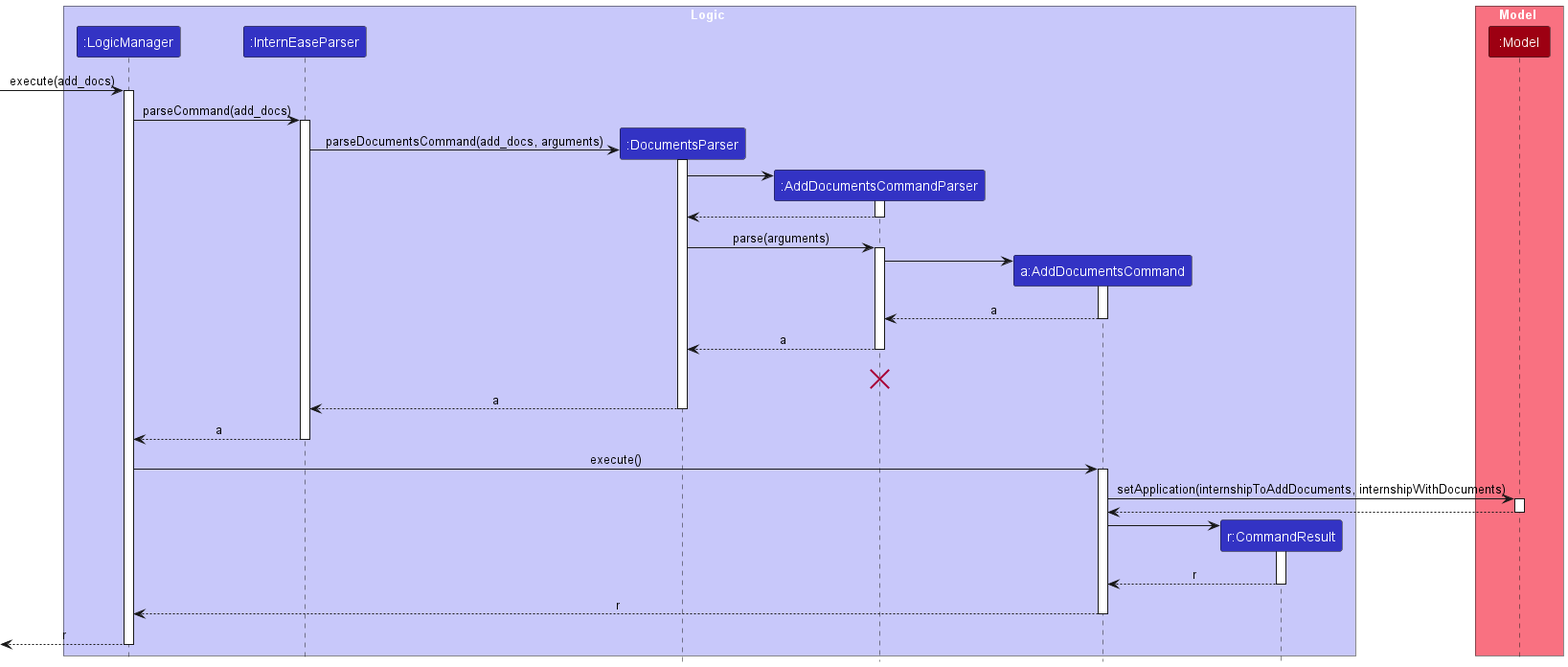
Earlier version of the PlantUML export docs/images/AddDocumentsSequenceDiagram.png (nus-cs2103-AY2223S2/tp). The source it was exported from:
```plantuml
@startuml
!include style.puml

box Logic LOGIC_COLOR_T1
participant ":LogicManager" as LogicManager LOGIC_COLOR
participant ":InternEaseParser" as InternEaseParser LOGIC_COLOR
participant ":DocumentsParser" as DocumentsParser LOGIC_COLOR
participant ":AddDocumentsCommandParser" as AddDocumentsCommandParser LOGIC_COLOR
participant "a:AddDocumentsCommand" as AddDocumentsCommand LOGIC_COLOR
participant "r:CommandResult" as CommandResult LOGIC_COLOR
end box

box Model MODEL_COLOR_T1
participant ":Model" as Model MODEL_COLOR
end box
[-> LogicManager : execute(add_docs)
activate LogicManager

LogicManager -> InternEaseParser : parseCommand(add_docs)
activate InternEaseParser

create DocumentsParser
InternEaseParser -> DocumentsParser : parseDocumentsCommand(add_docs, arguments)
activate DocumentsParser

create AddDocumentsCommandParser
DocumentsParser -> AddDocumentsCommandParser
activate AddDocumentsCommandParser

AddDocumentsCommandParser --> DocumentsParser
deactivate AddDocumentsCommandParser

DocumentsParser -> AddDocumentsCommandParser : parse(arguments)
activate AddDocumentsCommandParser

create AddDocumentsCommand
AddDocumentsCommandParser -> AddDocumentsCommand
activate AddDocumentsCommand

AddDocumentsCommand --> AddDocumentsCommandParser : a
deactivate AddDocumentsCommand

AddDocumentsCommandParser --> DocumentsParser : a
deactivate AddDocumentsCommandParser
AddDocumentsCommandParser -[hidden]-> InternEaseParser : result
destroy AddDocumentsCommandParser

DocumentsParser --> InternEaseParser : a
deactivate DocumentsParser

InternEaseParser --> LogicManager : a
deactivate InternEaseParser

LogicManager -> AddDocumentsCommand : execute()
activate AddDocumentsCommand

AddDocumentsCommand -> Model : setApplication(internshipToAddDocuments, internshipWithDocuments)
activate Model

Model --> AddDocumentsCommand
deactivate Model

create CommandResult
AddDocumentsCommand -> CommandResult
activate CommandResult

CommandResult --> AddDocumentsCommand : r
deactivate CommandResult

AddDocumentsCommand --> LogicManager : r
deactivate AddDocumentsCommand

[<--LogicManager : r
deactivate LogicManager
@enduml
```
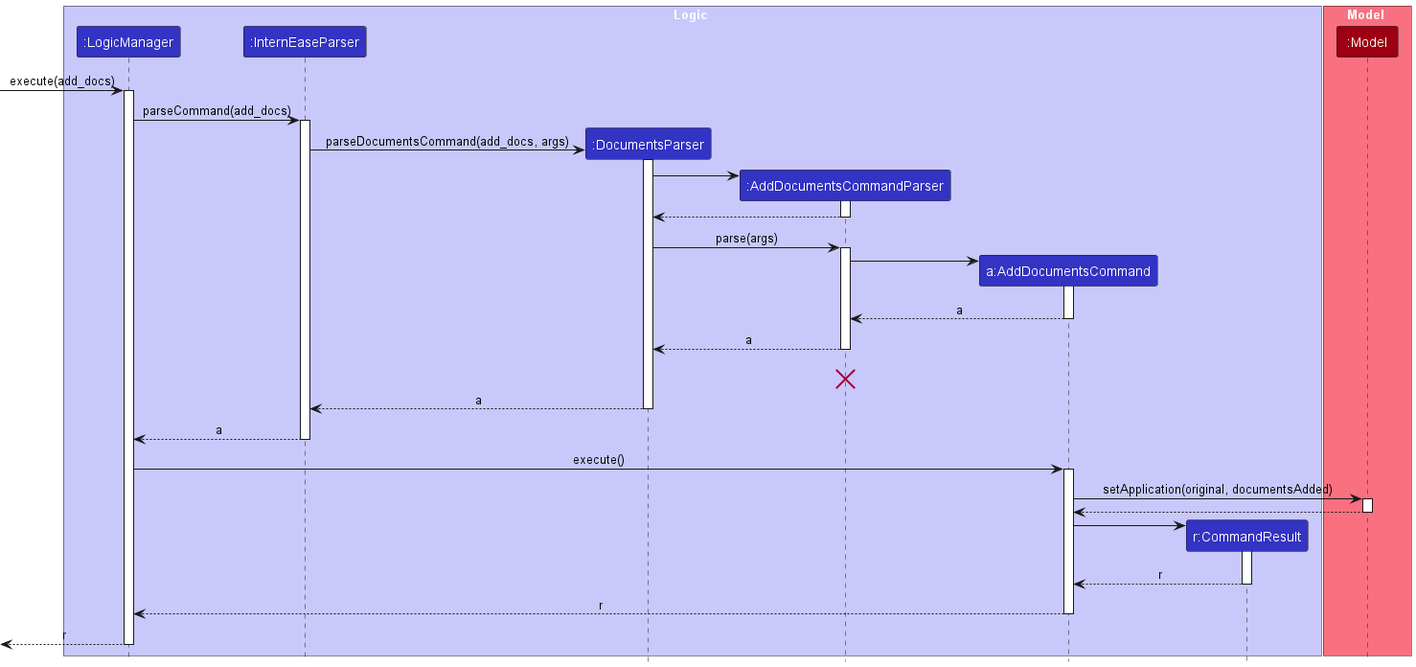
After the change.

The edit, as a diff of the source:
```diff
@@ -20,7 +20,7 @@
 activate InternEaseParser
 
 create DocumentsParser
-InternEaseParser -> DocumentsParser : parseDocumentsCommand(add_docs, arguments)
+InternEaseParser -> DocumentsParser : parseDocumentsCommand(add_docs, args)
 activate DocumentsParser
 
 create AddDocumentsCommandParser
@@ -30,7 +30,7 @@
 AddDocumentsCommandParser --> DocumentsParser
 deactivate AddDocumentsCommandParser
 
-DocumentsParser -> AddDocumentsCommandParser : parse(arguments)
+DocumentsParser -> AddDocumentsCommandParser : parse(args)
 activate AddDocumentsCommandParser
 
 create AddDocumentsCommand
@@ -54,7 +54,7 @@
 LogicManager -> AddDocumentsCommand : execute()
 activate AddDocumentsCommand
 
-AddDocumentsCommand -> Model : setApplication(internshipToAddDocuments, internshipWithDocuments)
+AddDocumentsCommand -> Model : setApplication(original, documentsAdded)
 activate Model
 
 Model --> AddDocumentsCommand
```
